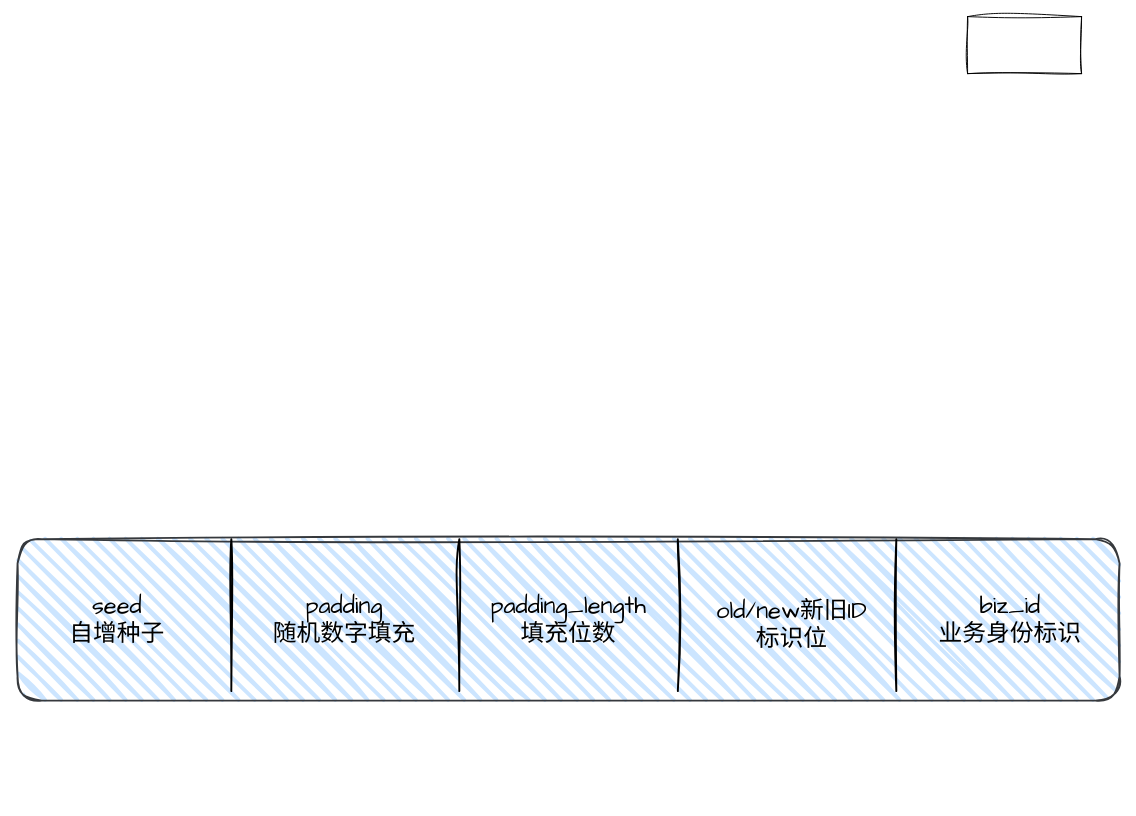
Before: pictures/csd-id.drawio in dimdark/my-drawio, a draw.io diagram. Source tidied: cells renumbered, new cells numbered last; positions are measured from the earlier drawing's top-left corner, leaving out a move shared by most shapes. Both pictures are drawn from the tidied source at 95%, with x=0, y=0 at pixel (17, 16).
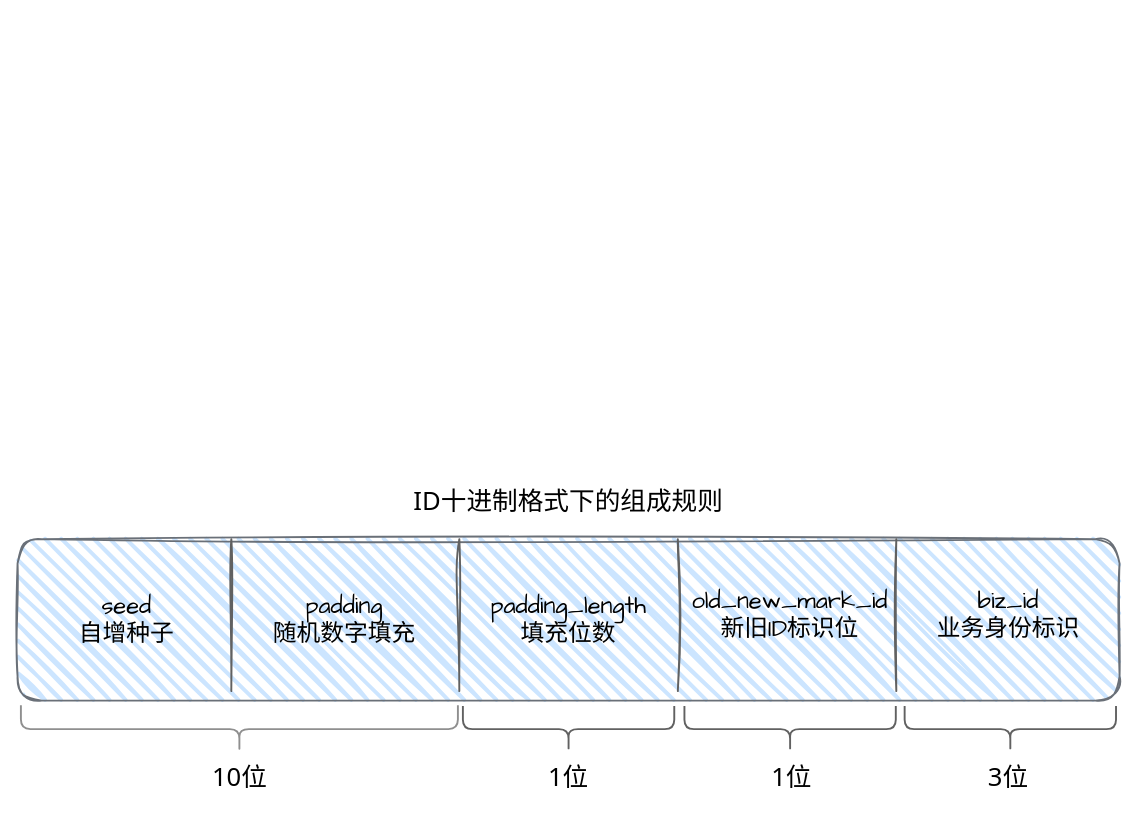
After the change.

Diff of the diagram source:
```diff
@@
-    <mxCell id="2" style="rounded=0;whiteSpace=wrap;html=1;sketch=1;hachureGap=4;jiggle=2;fontFamily=Architects Daughter;fontSize=20;" parent="1" vertex="1">
-      <mxGeometry x="1000" width="120" height="60" as="geometry" />
-    </mxCell>
-    <mxCell id="3" style="rounded=1;whiteSpace=wrap;html=1;strokeWidth=2;fillWeight=4;hachureGap=12;hachureAngle=45;fillColor=#cce5ff;sketch=1;jiggle=2;fontFamily=Architects Daughter;fontSize=20;strokeColor=#36393d;imageAspect=1;shadow=0;glass=0;" parent="1" vertex="1">
+    <mxCell id="3" style="rounded=1;whiteSpace=wrap;html=1;strokeWidth=2;fillWeight=4;hachureGap=12;hachureAngle=45;fillColor=#cce5ff;sketch=1;jiggle=2;fontFamily=Architects Daughter;fontSize=20;strokeColor=#6A7078;imageAspect=1;shadow=0;glass=0;" parent="1" vertex="1">
       <mxGeometry y="550" width="1160" height="170" as="geometry" />
     </mxCell>
-    <mxCell id="4" value="&lt;font style=&quot;font-size: 25px;&quot;&gt;seed&lt;br&gt;自增种子&lt;/font&gt;" style="text;html=1;strokeColor=none;fillColor=none;align=center;verticalAlign=middle;whiteSpace=wrap;rounded=0;sketch=1;hachureGap=4;jiggle=2;fontFamily=Architects Daughter;fontSize=20;" parent="1" vertex="1">
-      <mxGeometry x="30" y="600" width="150" height="70" as="geometry" />
+    <mxCell id="4" value="&lt;font style=&quot;font-size: 25px;&quot;&gt;seed&lt;br style=&quot;font-size: 25px;&quot;&gt;自增种子&lt;/font&gt;" style="text;html=1;strokeColor=none;fillColor=none;align=center;verticalAlign=middle;whiteSpace=wrap;rounded=0;sketch=1;hachureGap=4;jiggle=2;fontFamily=Architects Daughter;fontSize=25;" parent="1" vertex="1">
+      <mxGeometry x="40" y="600" width="150" height="70" as="geometry" />
     </mxCell>
-    <mxCell id="5" style="line;strokeWidth=2;direction=south;html=1;sketch=1;fillWeight=10;hachureGap=12;jiggle=2;fontFamily=Architects Daughter;fontSize=20;fillColor=#3333FF;" parent="1" vertex="1">
+    <mxCell id="5" style="line;strokeWidth=2;direction=south;html=1;sketch=1;fillWeight=10;hachureGap=12;jiggle=2;fontFamily=Architects Daughter;fontSize=20;fillColor=#3333FF;strokeColor=#616161;" parent="1" vertex="1">
       <mxGeometry x="220" y="550" width="10" height="160" as="geometry" />
     </mxCell>
-    <mxCell id="6" style="line;strokeWidth=2;direction=south;html=1;sketch=1;fillWeight=10;hachureGap=12;jiggle=2;fontFamily=Architects Daughter;fontSize=20;fillColor=#3333FF;" parent="1" vertex="1">
+    <mxCell id="6" style="line;strokeWidth=2;direction=south;html=1;sketch=1;fillWeight=10;hachureGap=12;jiggle=2;fontFamily=Architects Daughter;fontSize=20;fillColor=#3333FF;strokeColor=#616161;" parent="1" vertex="1">
       <mxGeometry x="460" y="550" width="10" height="160" as="geometry" />
     </mxCell>
-    <mxCell id="7" style="line;strokeWidth=2;direction=south;html=1;sketch=1;fillWeight=10;hachureGap=12;jiggle=2;fontFamily=Architects Daughter;fontSize=20;fillColor=#3333FF;" parent="1" vertex="1">
+    <mxCell id="7" style="line;strokeWidth=2;direction=south;html=1;sketch=1;fillWeight=10;hachureGap=12;jiggle=2;fontFamily=Architects Daughter;fontSize=20;fillColor=#3333FF;strokeColor=#616161;" parent="1" vertex="1">
       <mxGeometry x="690" y="550" width="10" height="160" as="geometry" />
     </mxCell>
-    <mxCell id="8" style="line;strokeWidth=2;direction=south;html=1;sketch=1;fillWeight=10;hachureGap=12;jiggle=2;fontFamily=Architects Daughter;fontSize=20;fillColor=#3333FF;" parent="1" vertex="1">
+    <mxCell id="8" style="line;strokeWidth=2;direction=south;html=1;sketch=1;fillWeight=10;hachureGap=12;jiggle=2;fontFamily=Architects Daughter;fontSize=20;fillColor=#3333FF;strokeColor=#616161;" parent="1" vertex="1">
       <mxGeometry x="920" y="550" width="10" height="160" as="geometry" />
     </mxCell>
-    <mxCell id="9" value="&lt;font style=&quot;font-size: 25px;&quot;&gt;padding&lt;br&gt;随机数字填充&lt;br&gt;&lt;/font&gt;" style="text;html=1;strokeColor=none;fillColor=none;align=center;verticalAlign=middle;whiteSpace=wrap;rounded=0;sketch=1;hachureGap=4;jiggle=2;fontFamily=Architects Daughter;fontSize=20;" parent="1" vertex="1">
+    <mxCell id="9" value="&lt;font style=&quot;font-size: 25px;&quot;&gt;padding&lt;br style=&quot;font-size: 25px;&quot;&gt;随机数字填充&lt;br style=&quot;font-size: 25px;&quot;&gt;&lt;/font&gt;" style="text;html=1;strokeColor=none;fillColor=none;align=center;verticalAlign=middle;whiteSpace=wrap;rounded=0;sketch=1;hachureGap=4;jiggle=2;fontFamily=Architects Daughter;fontSize=25;" parent="1" vertex="1">
       <mxGeometry x="258.5" y="600" width="170" height="70" as="geometry" />
     </mxCell>
-    <mxCell id="10" value="&lt;font style=&quot;font-size: 25px;&quot;&gt;padding_length&lt;br&gt;填充位数&lt;br&gt;&lt;/font&gt;" style="text;html=1;strokeColor=none;fillColor=none;align=center;verticalAlign=middle;whiteSpace=wrap;rounded=0;sketch=1;hachureGap=4;jiggle=2;fontFamily=Architects Daughter;fontSize=20;" parent="1" vertex="1">
+    <mxCell id="10" value="&lt;font style=&quot;font-size: 25px;&quot;&gt;padding_length&lt;br style=&quot;font-size: 25px;&quot;&gt;填充位数&lt;br style=&quot;font-size: 25px;&quot;&gt;&lt;/font&gt;" style="text;html=1;strokeColor=none;fillColor=none;align=center;verticalAlign=middle;whiteSpace=wrap;rounded=0;sketch=1;hachureGap=4;jiggle=2;fontFamily=Architects Daughter;fontSize=25;" parent="1" vertex="1">
       <mxGeometry x="495" y="600" width="170" height="70" as="geometry" />
     </mxCell>
-    <mxCell id="11" value="&lt;font style=&quot;font-size: 25px;&quot;&gt;old/new新旧ID标识位&lt;br&gt;&lt;br&gt;&lt;/font&gt;" style="text;html=1;strokeColor=none;fillColor=none;align=center;verticalAlign=middle;whiteSpace=wrap;rounded=0;sketch=1;hachureGap=4;jiggle=2;fontFamily=Architects Daughter;fontSize=20;" parent="1" vertex="1">
-      <mxGeometry x="730" y="620" width="170" height="70" as="geometry" />
+    <mxCell id="11" value="&lt;font style=&quot;font-size: 25px;&quot;&gt;old_new_mark_id&lt;br&gt;新旧ID标识位&lt;br style=&quot;font-size: 25px;&quot;&gt;&lt;br style=&quot;font-size: 25px;&quot;&gt;&lt;/font&gt;" style="text;html=1;strokeColor=none;fillColor=none;align=center;verticalAlign=middle;whiteSpace=wrap;rounded=0;sketch=1;hachureGap=4;jiggle=2;fontFamily=Architects Daughter;fontSize=25;" parent="1" vertex="1">
+      <mxGeometry x="728.1" y="610" width="170" height="70" as="geometry" />
     </mxCell>
-    <mxCell id="12" value="&lt;font style=&quot;font-size: 25px;&quot;&gt;biz_id&lt;br&gt;业务身份标识&lt;br&gt;&lt;/font&gt;" style="text;html=1;strokeColor=none;fillColor=none;align=center;verticalAlign=middle;whiteSpace=wrap;rounded=0;sketch=1;hachureGap=4;jiggle=2;fontFamily=Architects Daughter;fontSize=20;" parent="1" vertex="1">
-      <mxGeometry x="960" y="600" width="170" height="70" as="geometry" />
+    <mxCell id="12" value="&lt;font style=&quot;font-size: 25px;&quot;&gt;biz_id&lt;br style=&quot;font-size: 25px;&quot;&gt;业务身份标识&lt;br style=&quot;font-size: 25px;&quot;&gt;&lt;/font&gt;" style="text;html=1;strokeColor=none;fillColor=none;align=center;verticalAlign=middle;whiteSpace=wrap;rounded=0;sketch=1;hachureGap=4;jiggle=2;fontFamily=Architects Daughter;fontSize=25;" parent="1" vertex="1">
+      <mxGeometry x="958.1" y="595" width="170" height="70" as="geometry" />
     </mxCell>
+    <mxCell id="13" style="shape=curlyBracket;whiteSpace=wrap;html=1;rounded=1;labelPosition=left;verticalLabelPosition=middle;align=right;verticalAlign=middle;shadow=0;glass=0;sketch=0;fillWeight=10;hachureGap=12;jiggle=2;strokeColor=#8F8F8F;strokeWidth=2;fontFamily=Architects Daughter;fontSize=25;fillColor=#3333FF;rotation=-90;gradientColor=default;" parent="1" vertex="1">
+      <mxGeometry x="208.5" y="520" width="50" height="460" as="geometry" />
+    </mxCell>
+    <mxCell id="14" style="shape=curlyBracket;whiteSpace=wrap;html=1;rounded=1;labelPosition=left;verticalLabelPosition=middle;align=right;verticalAlign=middle;shadow=0;glass=0;sketch=0;fillWeight=10;hachureGap=12;jiggle=2;strokeColor=#616161;strokeWidth=2;fontFamily=Architects Daughter;fontSize=25;fillColor=#3333FF;rotation=-90;" parent="1" vertex="1">
+      <mxGeometry x="555.6" y="638.8" width="48.8" height="222.5" as="geometry" />
+    </mxCell>
+    <mxCell id="15" style="shape=curlyBracket;whiteSpace=wrap;html=1;rounded=1;labelPosition=left;verticalLabelPosition=middle;align=right;verticalAlign=middle;shadow=0;glass=0;sketch=0;fillWeight=10;hachureGap=12;jiggle=2;strokeColor=#616161;strokeWidth=2;fontFamily=Architects Daughter;fontSize=25;fillColor=#3333FF;rotation=-90;" parent="1" vertex="1">
+      <mxGeometry x="788.8" y="638.8" width="48.8" height="222.5" as="geometry" />
+    </mxCell>
+    <mxCell id="16" style="shape=curlyBracket;whiteSpace=wrap;html=1;rounded=1;labelPosition=left;verticalLabelPosition=middle;align=right;verticalAlign=middle;shadow=0;glass=0;sketch=0;fillWeight=10;hachureGap=12;jiggle=2;strokeColor=#616161;strokeWidth=2;fontFamily=Architects Daughter;fontSize=25;fillColor=#3333FF;rotation=-90;" parent="1" vertex="1">
+      <mxGeometry x="1020.6" y="638.8" width="48.8" height="222.5" as="geometry" />
+    </mxCell>
+    <mxCell id="17" value="10位" style="text;html=1;strokeColor=none;fillColor=none;align=center;verticalAlign=middle;whiteSpace=wrap;rounded=0;shadow=0;glass=0;sketch=1;fillWeight=10;hachureGap=12;jiggle=2;strokeWidth=2;fontFamily=Tahoma;fontSize=27;" parent="1" vertex="1">
+      <mxGeometry x="177.8" y="775" width="111.5" height="50" as="geometry" />
+    </mxCell>
+    <mxCell id="18" value="1位" style="text;html=1;strokeColor=none;fillColor=none;align=center;verticalAlign=middle;whiteSpace=wrap;rounded=0;shadow=0;glass=0;sketch=1;fillWeight=10;hachureGap=12;jiggle=2;strokeWidth=2;fontFamily=Tahoma;fontSize=27;" parent="1" vertex="1">
+      <mxGeometry x="535" y="780" width="90" height="40" as="geometry" />
+    </mxCell>
+    <mxCell id="19" value="1位" style="text;html=1;strokeColor=none;fillColor=none;align=center;verticalAlign=middle;whiteSpace=wrap;rounded=0;shadow=0;glass=0;sketch=1;fillWeight=10;hachureGap=12;jiggle=2;strokeWidth=2;fontFamily=Tahoma;fontSize=27;" parent="1" vertex="1">
+      <mxGeometry x="770" y="780" width="90" height="40" as="geometry" />
+    </mxCell>
+    <mxCell id="20" value="3位" style="text;html=1;strokeColor=none;fillColor=none;align=center;verticalAlign=middle;whiteSpace=wrap;rounded=0;shadow=0;glass=0;sketch=1;fillWeight=10;hachureGap=12;jiggle=2;strokeWidth=2;fontFamily=Tahoma;fontSize=27;" parent="1" vertex="1">
+      <mxGeometry x="998.1" y="780" width="90" height="40" as="geometry" />
+    </mxCell>
+    <mxCell id="21" value="ID十进制格式下的组成规则" style="text;html=1;strokeColor=none;fillColor=none;align=center;verticalAlign=middle;whiteSpace=wrap;rounded=0;shadow=0;glass=0;sketch=0;fillWeight=10;hachureGap=12;jiggle=2;strokeWidth=2;fontFamily=Tahoma;fontSize=27;" parent="1" vertex="1">
+      <mxGeometry x="405" y="490" width="350" height="40" as="geometry" />
+    </mxCell>
```
